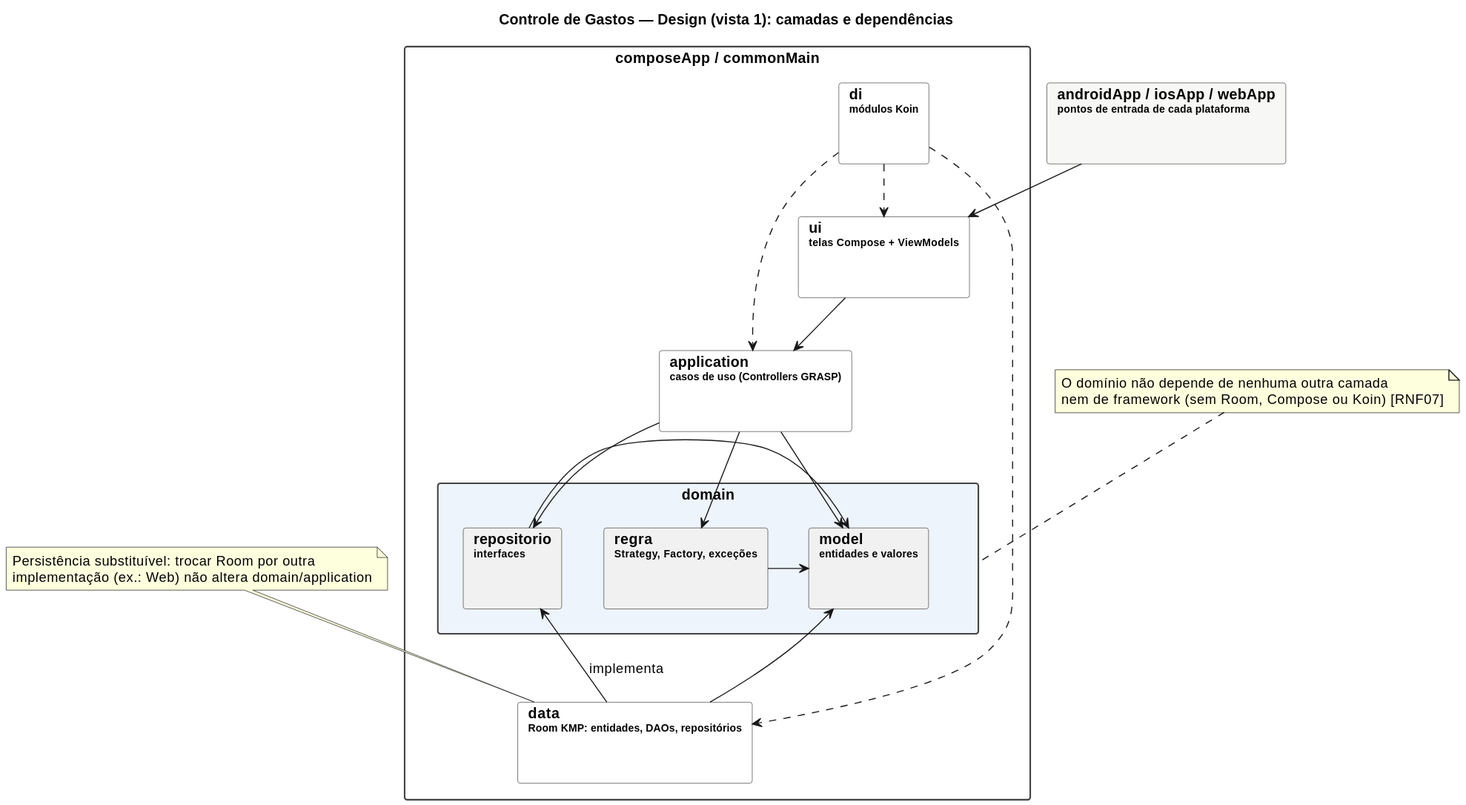
Above: docs/uml/design-1-camadas.svg in gabrielfbarbosa/gasto-certo (PlantUML), before the change. The source it was exported from:
```plantuml
@startuml
title Controle de Gastos — Design (vista 1): camadas e dependências
skinparam shadowing false
skinparam defaultFontName Helvetica
skinparam packageStyle rectangle
skinparam nodesep 40
skinparam ranksep 50
skinparam package {
  BorderColor #444444
}

package "androidApp / iosApp / webApp\n<size:10>pontos de entrada de cada plataforma</size>" as plat #F7F7F5 {
}

package "composeApp / commonMain" as common {
  package "ui\n<size:10>telas Compose + ViewModels</size>" as ui #FFFFFF {
  }
  package "application\n<size:10>casos de uso (Controllers GRASP)</size>" as app #FFFFFF {
  }
  package "domain" as dom #EEF4FB {
    package "model\n<size:10>entidades e valores</size>" as model {
    }
    package "regra\n<size:10>Strategy, Factory, exceções</size>" as regra {
    }
    package "repositorio\n<size:10>interfaces</size>" as repo {
    }
  }
  package "data\n<size:10>Room KMP: entidades, DAOs, repositórios</size>" as data #FFFFFF {
  }
  package "di\n<size:10>módulos Koin</size>" as di #FFFFFF {
  }
}

plat -down-> ui
ui -down-> app
app -down-> model
app -down-> regra
app -down-> repo
regra -right-> model
repo -left-> model
data -up-> repo : implementa
data -up-> model
di ..> ui
di ..> app
di ..> data

note as N1
  O domínio não depende de nenhuma outra camada
  nem de framework (sem Room, Compose ou Koin)  [RNF07]
end note
note as N2
  Persistência substituível: trocar Room por outra
  implementação (ex.: Web) não altera domain/application
end note
N1 .. dom
N2 .. data
@enduml
```
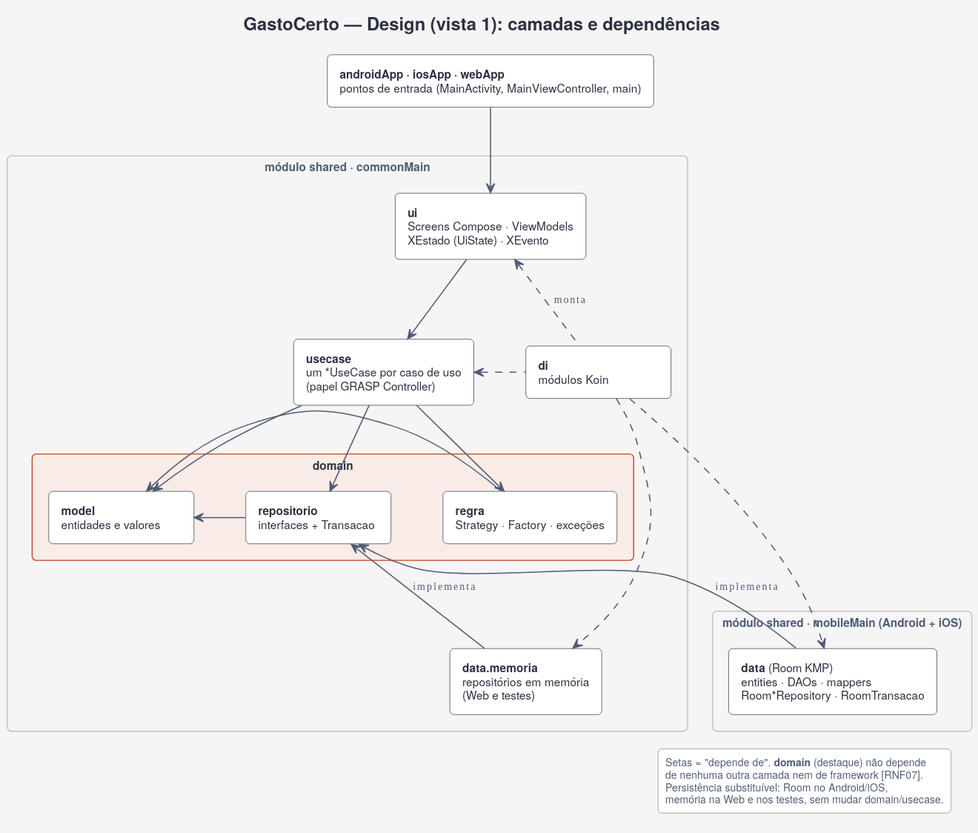
Above is the later version.

The edit, as a diff of the source:
```diff
@@ -1,57 +1,60 @@
 @startuml
-title Controle de Gastos — Design (vista 1): camadas e dependências
-skinparam shadowing false
-skinparam defaultFontName Helvetica
-skinparam packageStyle rectangle
-skinparam nodesep 40
-skinparam ranksep 50
-skinparam package {
-  BorderColor #444444
+!include estilo.iuml
+title GastoCerto — Design (vista 1): camadas e dependências
+skinparam rectangle {
+  BackgroundColor #FFFFFF
+  BorderColor #2D3142
+  FontColor #2D3142
+  FontSize 11
+  StereotypeFontColor #5A6580
 }
+skinparam rectangle<<dominio>> {
+  BackgroundColor #F9ECE7
+  BorderColor #BF4520
+}
+skinparam rectangle<<grupo>> {
+  BackgroundColor #F5F5F5
+  BorderColor #BFC0C0
+  FontColor #4F5D75
+}
+hide <<dominio>> stereotype
+hide <<grupo>> stereotype
 
-package "androidApp / iosApp / webApp\n<size:10>pontos de entrada de cada plataforma</size>" as plat #F7F7F5 {
+rectangle "<b>androidApp · iosApp · webApp</b>\npontos de entrada (MainActivity, MainViewController, main)" as plat
+
+rectangle "módulo shared · commonMain" as common <<grupo>> {
+  rectangle "<b>ui</b>\nScreens Compose · ViewModels\nXEstado (UiState) · XEvento" as ui
+  rectangle "<b>usecase</b>\num *UseCase por caso de uso\n(papel GRASP Controller)" as uc
+  rectangle "domain" as dom <<dominio>> {
+    rectangle "<b>model</b>\nentidades e valores" as model
+    rectangle "<b>regra</b>\nStrategy · Factory · exceções" as regra
+    rectangle "<b>repositorio</b>\ninterfaces + Transacao" as repo
+  }
+  rectangle "<b>data.memoria</b>\nrepositórios em memória\n(Web e testes)" as mem
+  rectangle "<b>di</b>\nmódulos Koin" as di
 }
-
-package "composeApp / commonMain" as common {
-  package "ui\n<size:10>telas Compose + ViewModels</size>" as ui #FFFFFF {
-  }
-  package "application\n<size:10>casos de uso (Controllers GRASP)</size>" as app #FFFFFF {
-  }
-  package "domain" as dom #EEF4FB {
-    package "model\n<size:10>entidades e valores</size>" as model {
-    }
-    package "regra\n<size:10>Strategy, Factory, exceções</size>" as regra {
-    }
-    package "repositorio\n<size:10>interfaces</size>" as repo {
-    }
-  }
-  package "data\n<size:10>Room KMP: entidades, DAOs, repositórios</size>" as data #FFFFFF {
-  }
-  package "di\n<size:10>módulos Koin</size>" as di #FFFFFF {
-  }
+rectangle "módulo shared · mobileMain (Android + iOS)" as mobile <<grupo>> {
+  rectangle "<b>data</b> (Room KMP)\nentities · DAOs · mappers\nRoom*Repository · RoomTransacao" as room
 }
 
 plat -down-> ui
-ui -down-> app
-app -down-> model
-app -down-> regra
-app -down-> repo
+ui -down-> uc
+uc -down-> regra
+uc -down-> repo
+uc -down-> model
 regra -right-> model
 repo -left-> model
-data -up-> repo : implementa
-data -up-> model
-di ..> ui
-di ..> app
-di ..> data
+mem -up-> repo : implementa
+room -up-> repo : implementa
+di .left.> ui : monta
+di .left.> uc
+di .down.> mem
+di .down.> room
 
-note as N1
-  O domínio não depende de nenhuma outra camada
-  nem de framework (sem Room, Compose ou Koin)  [RNF07]
-end note
-note as N2
-  Persistência substituível: trocar Room por outra
-  implementação (ex.: Web) não altera domain/application
-end note
-N1 .. dom
-N2 .. data
+legend right
+  Setas = "depende de". <b>domain</b> (destaque) não depende
+  de nenhuma outra camada nem de framework [RNF07].
+  Persistência substituível: Room no Android/iOS,
+  memória na Web e nos testes, sem mudar domain/usecase.
+endlegend
 @enduml
```
